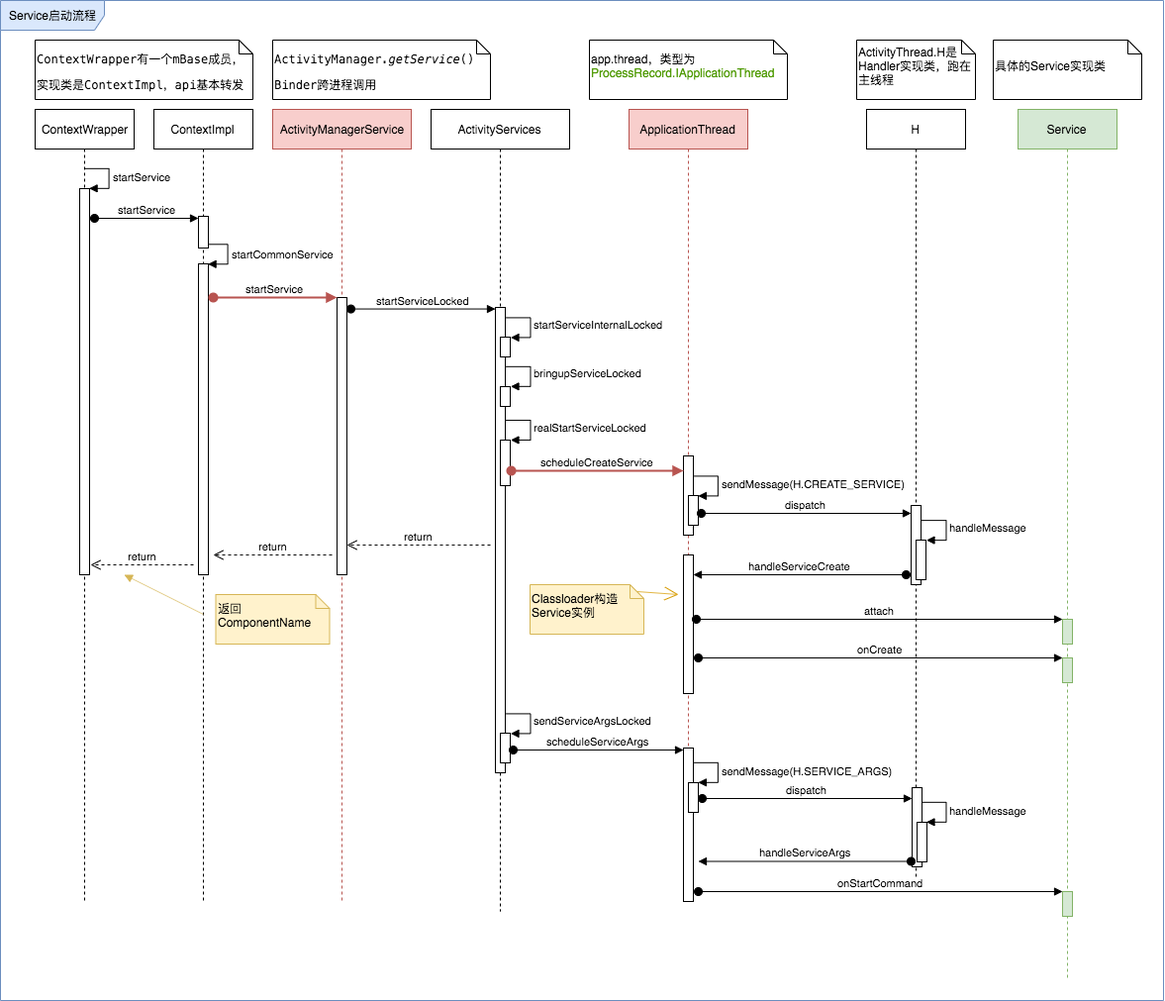
Before: books/dev/service/assets/service-start-flow.png, a diagram exported from draw.io (hacktons/hacktons.github.io). Source tidied: cells renumbered, new cells last; positions are measured from the earlier drawing's top-left corner, leaving out a move shared by most shapes.
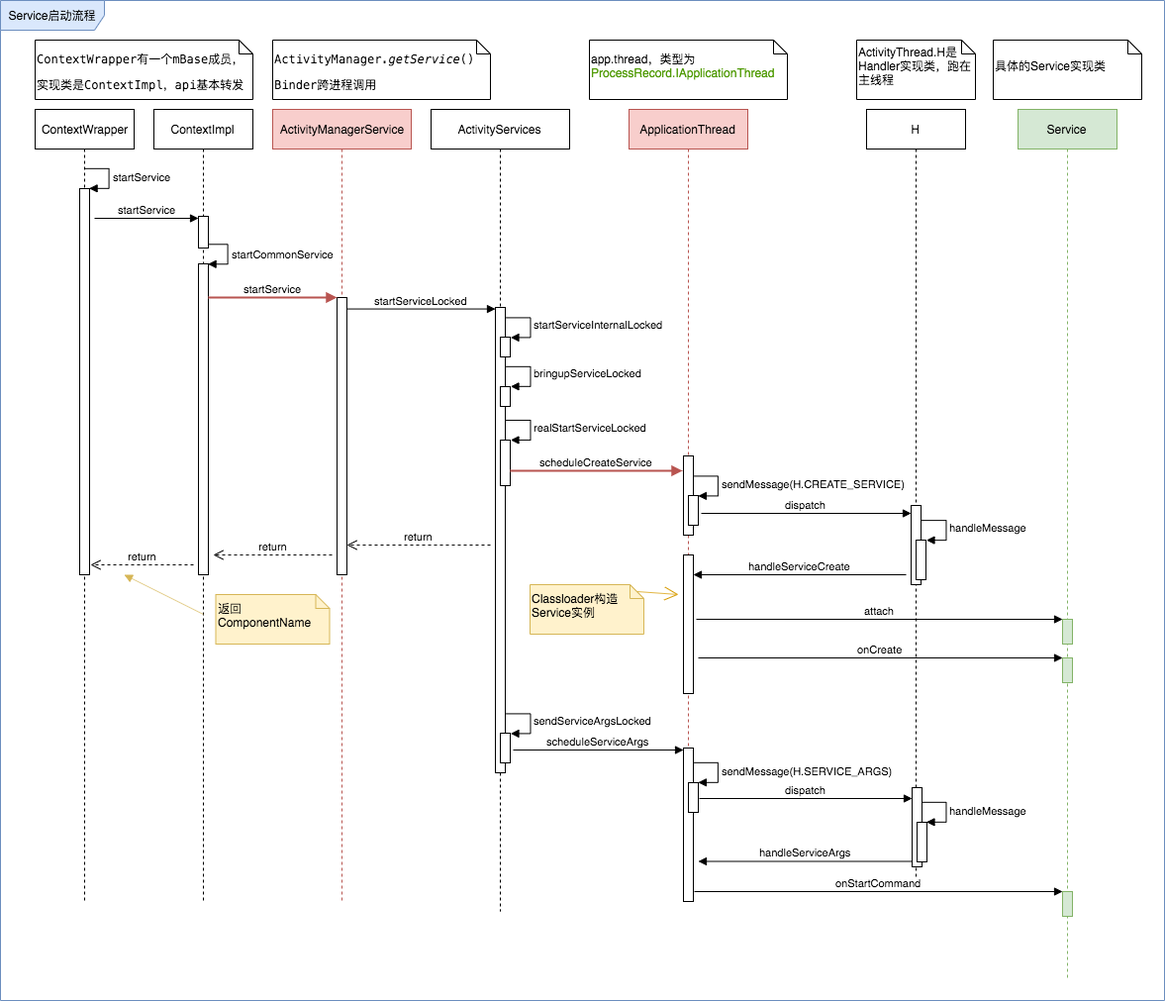
The same diagram one commit later.

Diff of the diagram source:
```diff
@@ -3,7 +3,7 @@
     <mxCell id="0" />
     <mxCell id="1" parent="0" />
     <mxCell id="2" value="Service启动流程" style="shape=umlFrame;whiteSpace=wrap;html=1;fontSize=12;align=center;width=105;height=30;fillColor=#dae8fc;strokeColor=#6c8ebf;" parent="1" vertex="1">
-      <mxGeometry width="1175" height="1010" as="geometry" />
+      <mxGeometry width="1176" height="1010" as="geometry" />
     </mxCell>
     <mxCell id="3" value="ContextWrapper" style="shape=umlLifeline;perimeter=lifelinePerimeter;whiteSpace=wrap;html=1;" parent="1" vertex="1">
       <mxGeometry x="35" y="110" width="100" height="800" as="geometry" />
@@ -36,7 +36,7 @@
         </Array>
       </mxGeometry>
     </mxCell>
-    <mxCell id="10" value="startService" style="html=1;verticalAlign=bottom;startArrow=oval;endArrow=block;startSize=8;" parent="1" edge="1">
+    <mxCell id="10" value="startService" style="html=1;verticalAlign=bottom;startArrow=none;endArrow=block;startSize=8;startFill=0;" parent="1" edge="1">
       <mxGeometry relative="1" as="geometry">
         <mxPoint x="95" y="220" as="sourcePoint" />
         <mxPoint x="200" y="220" as="targetPoint" />
@@ -51,9 +51,10 @@
     <mxCell id="13" style="html=1;points=[];perimeter=orthogonalPerimeter;" parent="12" vertex="1">
       <mxGeometry x="65" y="190" width="10" height="280" as="geometry" />
     </mxCell>
-    <mxCell id="14" value="startService" style="html=1;verticalAlign=bottom;startArrow=oval;endArrow=block;startSize=8;fillColor=#f8cecc;strokeColor=#b85450;strokeWidth=2;" parent="12" edge="1" target="13">
+    <mxCell id="14" value="startService" style="html=1;verticalAlign=bottom;startArrow=none;endArrow=block;startSize=8;fillColor=#f8cecc;strokeColor=#b85450;strokeWidth=2;startFill=0;" parent="12" edge="1">
       <mxGeometry relative="1" as="geometry">
-        <mxPoint x="-60" y="190" as="sourcePoint" />
+        <mxPoint x="-65" y="190" as="sourcePoint" />
+        <mxPoint x="65" y="190" as="targetPoint" />
       </mxGeometry>
     </mxCell>
     <mxCell id="15" value="ActivityServices" style="shape=umlLifeline;perimeter=lifelinePerimeter;whiteSpace=wrap;html=1;" parent="1" vertex="1">
@@ -111,9 +112,9 @@
         <mxPoint x="250" y="490" as="targetPoint" />
       </mxGeometry>
     </mxCell>
-    <mxCell id="26" value="startServiceLocked" style="html=1;verticalAlign=bottom;startArrow=oval;endArrow=block;startSize=8;exitX=1.4;exitY=0.388;exitDx=0;exitDy=0;exitPerimeter=0;" parent="1" edge="1">
+    <mxCell id="26" value="startServiceLocked" style="html=1;verticalAlign=bottom;startArrow=none;endArrow=block;startSize=8;exitX=1.4;exitY=0.388;exitDx=0;exitDy=0;exitPerimeter=0;startFill=0;" parent="1" edge="1">
       <mxGeometry relative="1" as="geometry">
-        <mxPoint x="354" y="311.6" as="sourcePoint" />
+        <mxPoint x="350" y="311.6" as="sourcePoint" />
         <mxPoint x="500" y="311.6" as="targetPoint" />
       </mxGeometry>
     </mxCell>
@@ -170,9 +171,10 @@
     <mxCell id="38" value="&lt;div&gt;&lt;span&gt;app.thread，类型为&lt;/span&gt;&lt;/div&gt;&lt;div&gt;&lt;span&gt;&lt;font color=&quot;#4d9900&quot;&gt;ProcessRecord.IApplicationThread&lt;/font&gt;&lt;/span&gt;&lt;/div&gt;" style="shape=note;whiteSpace=wrap;html=1;size=14;verticalAlign=middle;align=left;spacingTop=-6;" parent="1" vertex="1">
       <mxGeometry x="595" y="40" width="200" height="60" as="geometry" />
     </mxCell>
-    <mxCell id="39" value="scheduleCreateService" style="html=1;verticalAlign=bottom;startArrow=oval;endArrow=block;startSize=8;fillColor=#f8cecc;strokeColor=#b85450;strokeWidth=2;" parent="1" edge="1" target="33">
+    <mxCell id="39" value="scheduleCreateService" style="html=1;verticalAlign=bottom;startArrow=none;endArrow=block;startSize=8;fillColor=#f8cecc;strokeColor=#b85450;strokeWidth=2;startFill=0;" parent="1" edge="1">
       <mxGeometry relative="1" as="geometry">
-        <mxPoint x="516" y="475" as="sourcePoint" />
+        <mxPoint x="515" y="475" as="sourcePoint" />
+        <mxPoint x="689" y="475" as="targetPoint" />
       </mxGeometry>
     </mxCell>
     <mxCell id="40" value="H" style="shape=umlLifeline;perimeter=lifelinePerimeter;whiteSpace=wrap;html=1;align=center;" parent="1" vertex="1">
@@ -195,10 +197,10 @@
     <mxCell id="44" value="ActivityThread.H是Handler实现类，跑在主线程" style="shape=note;whiteSpace=wrap;html=1;size=14;verticalAlign=middle;align=left;spacingTop=-6;" parent="1" vertex="1">
       <mxGeometry x="865" y="40" width="120" height="60" as="geometry" />
     </mxCell>
-    <mxCell id="45" value="dispatch" style="html=1;verticalAlign=bottom;startArrow=oval;endArrow=block;startSize=8;exitX=1.3;exitY=0.6;exitDx=0;exitDy=0;exitPerimeter=0;" parent="1" edge="1" source="34" target="41">
+    <mxCell id="45" value="dispatch" style="html=1;verticalAlign=bottom;startArrow=none;endArrow=block;startSize=8;exitX=1.3;exitY=0.6;exitDx=0;exitDy=0;exitPerimeter=0;startFill=0;" parent="1" edge="1" source="34" target="41">
       <mxGeometry relative="1" as="geometry" />
     </mxCell>
-    <mxCell id="46" value="handleServiceCreate" style="html=1;verticalAlign=bottom;startArrow=oval;startFill=1;endArrow=block;startSize=8;" parent="1" edge="1" target="36">
+    <mxCell id="46" value="handleServiceCreate" style="html=1;verticalAlign=bottom;startArrow=none;startFill=0;endArrow=block;startSize=8;" parent="1" edge="1" target="36">
       <mxGeometry relative="1" as="geometry">
         <mxPoint x="915" y="580" as="sourcePoint" />
       </mxGeometry>
@@ -218,12 +220,12 @@
     <mxCell id="51" style="html=1;points=[];perimeter=orthogonalPerimeter;align=center;fillColor=#d5e8d4;strokeColor=#82b366;" parent="1" vertex="1">
       <mxGeometry x="1073" y="664" width="10" height="25" as="geometry" />
     </mxCell>
-    <mxCell id="52" value="onCreate" style="html=1;verticalAlign=bottom;startArrow=oval;endArrow=block;startSize=8;" parent="1" edge="1" target="51">
+    <mxCell id="52" value="onCreate" style="html=1;verticalAlign=bottom;startArrow=none;endArrow=block;startSize=8;startFill=0;" parent="1" edge="1" target="51">
       <mxGeometry relative="1" as="geometry">
         <mxPoint x="705" y="664" as="sourcePoint" />
       </mxGeometry>
     </mxCell>
-    <mxCell id="53" value="scheduleServiceArgs" style="html=1;verticalAlign=bottom;startArrow=oval;endArrow=block;startSize=8;exitX=1.3;exitY=0.567;exitDx=0;exitDy=0;exitPerimeter=0;" parent="1" edge="1" source="23" target="37">
+    <mxCell id="53" value="scheduleServiceArgs" style="html=1;verticalAlign=bottom;startArrow=none;endArrow=block;startSize=8;exitX=1.3;exitY=0.567;exitDx=0;exitDy=0;exitPerimeter=0;startFill=0;" parent="1" edge="1" source="23" target="37">
       <mxGeometry relative="1" as="geometry" />
     </mxCell>
     <mxCell id="54" style="html=1;points=[];perimeter=orthogonalPerimeter;align=left;" parent="1" vertex="1">
@@ -251,13 +253,13 @@
         </Array>
       </mxGeometry>
     </mxCell>
-    <mxCell id="59" value="dispatch" style="html=1;verticalAlign=bottom;startArrow=oval;endArrow=block;startSize=8;exitX=1.3;exitY=0.6;exitDx=0;exitDy=0;exitPerimeter=0;" parent="1" edge="1">
+    <mxCell id="59" value="dispatch" style="html=1;verticalAlign=bottom;startArrow=none;endArrow=block;startSize=8;exitX=1.3;exitY=0.6;exitDx=0;exitDy=0;exitPerimeter=0;startFill=0;" parent="1" edge="1">
       <mxGeometry relative="1" as="geometry">
-        <mxPoint x="709" y="806" as="sourcePoint" />
+        <mxPoint x="706" y="806" as="sourcePoint" />
         <mxPoint x="921" y="806" as="targetPoint" />
       </mxGeometry>
     </mxCell>
-    <mxCell id="60" value="handleServiceArgs" style="html=1;verticalAlign=bottom;startArrow=oval;startFill=1;endArrow=block;startSize=8;" parent="1" edge="1">
+    <mxCell id="60" value="handleServiceArgs" style="html=1;verticalAlign=bottom;startArrow=none;startFill=0;endArrow=block;startSize=8;" parent="1" edge="1">
       <mxGeometry relative="1" as="geometry">
         <mxPoint x="920" y="869.5" as="sourcePoint" />
         <mxPoint x="705" y="869.5" as="targetPoint" />
@@ -266,15 +268,15 @@
     <mxCell id="61" style="html=1;points=[];perimeter=orthogonalPerimeter;align=center;fillColor=#d5e8d4;strokeColor=#82b366;" parent="1" vertex="1">
       <mxGeometry x="1073" y="900" width="10" height="25" as="geometry" />
     </mxCell>
-    <mxCell id="62" value="onStartCommand" style="html=1;verticalAlign=bottom;startArrow=oval;endArrow=block;startSize=8;" parent="1" edge="1" target="61">
+    <mxCell id="62" value="onStartCommand" style="html=1;verticalAlign=bottom;startArrow=none;endArrow=block;startSize=8;startFill=0;" parent="1" edge="1" target="61">
       <mxGeometry relative="1" as="geometry">
-        <mxPoint x="705" y="900" as="sourcePoint" />
+        <mxPoint x="701" y="900" as="sourcePoint" />
       </mxGeometry>
     </mxCell>
     <mxCell id="63" value="&lt;pre style=&quot;font-family: &amp;#34;menlo&amp;#34; ; font-size: 12px&quot;&gt;&lt;span style=&quot;background-color: rgb(255 , 255 , 255) ; font-size: 12px&quot;&gt;&lt;font style=&quot;font-size: 12px&quot;&gt;ContextWrapper&lt;/font&gt;&lt;/span&gt;有一个mBase成员，&lt;/pre&gt;&lt;pre style=&quot;font-family: &amp;#34;menlo&amp;#34; ; font-size: 12px&quot;&gt;实现类是ContextImpl，api基本转发&lt;/pre&gt;" style="shape=note;whiteSpace=wrap;html=1;size=14;verticalAlign=top;align=left;spacingTop=-6;fontSize=12;" parent="1" vertex="1">
       <mxGeometry x="35" y="40" width="220" height="60" as="geometry" />
     </mxCell>
-    <mxCell id="64" value="attach" style="html=1;verticalAlign=bottom;startArrow=oval;endArrow=block;startSize=8;exitX=1.3;exitY=0.464;exitDx=0;exitDy=0;exitPerimeter=0;" parent="1" edge="1" source="36" target="49">
+    <mxCell id="64" value="attach" style="html=1;verticalAlign=bottom;startArrow=none;endArrow=block;startSize=8;exitX=1.3;exitY=0.464;exitDx=0;exitDy=0;exitPerimeter=0;startFill=0;" parent="1" edge="1" source="36" target="49">
       <mxGeometry relative="1" as="geometry" />
     </mxCell>
   </root>
```
